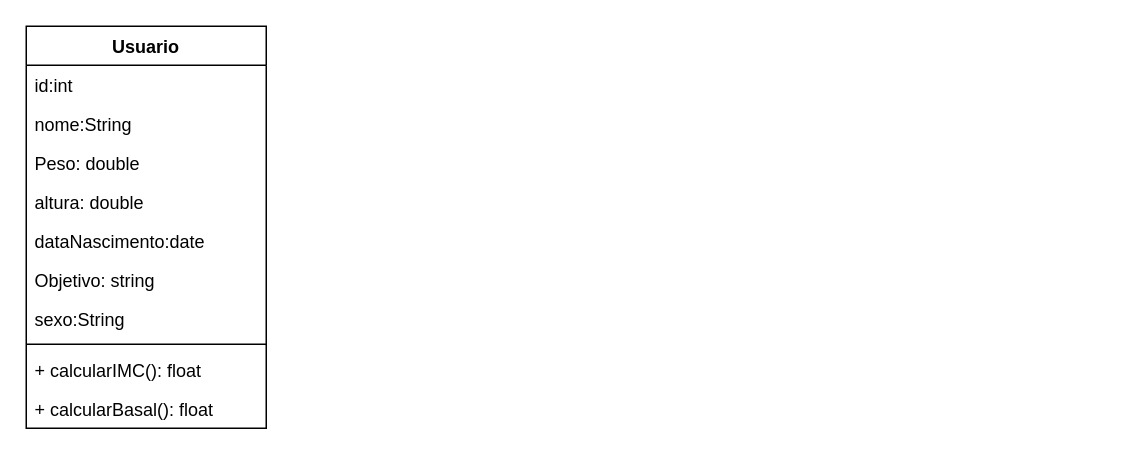
This is src/components/pages/Diagrama sem nome.drawio from joaopedro-wq/VitalityPLus, a draw.io file, before an edit. Source tidied: cells renumbered, new cells numbered last; positions are measured from the earlier drawing's top-left corner, leaving out a move shared by most shapes. Both pictures are drawn from the tidied source at 150%, with x=0, y=0 at pixel (26, 26).
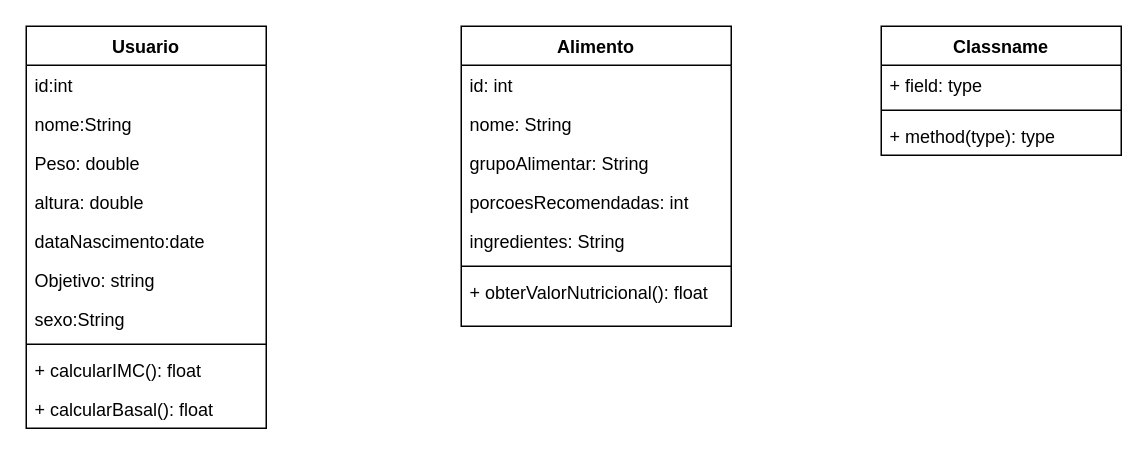
The same page after the edit.

The edit, as a diff of the source:
```diff
@@
+    <mxCell id="13" value="Alimento" style="swimlane;fontStyle=1;align=center;verticalAlign=top;horizontal=1;startSize=26;whiteSpace=wrap;html=1;" parent="1" vertex="1">
+      <mxGeometry x="290" width="180" height="200" as="geometry" />
+    </mxCell>
+    <mxCell id="14" value="id: int" style="text;strokeColor=none;fillColor=none;align=left;verticalAlign=top;spacingLeft=4;spacingRight=4;overflow=hidden;whiteSpace=wrap;html=1;" parent="13" vertex="1">
+      <mxGeometry y="26" width="180" height="26" as="geometry" />
+    </mxCell>
+    <mxCell id="15" value="nome: String" style="text;strokeColor=none;fillColor=none;align=left;verticalAlign=top;spacingLeft=4;spacingRight=4;overflow=hidden;whiteSpace=wrap;html=1;" parent="13" vertex="1">
+      <mxGeometry y="52" width="180" height="26" as="geometry" />
+    </mxCell>
+    <mxCell id="16" value="grupoAlimentar: String" style="text;strokeColor=none;fillColor=none;align=left;verticalAlign=top;spacingLeft=4;spacingRight=4;overflow=hidden;whiteSpace=wrap;html=1;" parent="13" vertex="1">
+      <mxGeometry y="78" width="180" height="26" as="geometry" />
+    </mxCell>
+    <mxCell id="17" value="porcoesRecomendadas: int" style="text;strokeColor=none;fillColor=none;align=left;verticalAlign=top;spacingLeft=4;spacingRight=4;overflow=hidden;whiteSpace=wrap;html=1;" parent="13" vertex="1">
+      <mxGeometry y="104" width="180" height="26" as="geometry" />
+    </mxCell>
+    <mxCell id="18" value="ingredientes: String" style="text;strokeColor=none;fillColor=none;align=left;verticalAlign=top;spacingLeft=4;spacingRight=4;overflow=hidden;whiteSpace=wrap;html=1;" parent="13" vertex="1">
+      <mxGeometry y="130" width="180" height="26" as="geometry" />
+    </mxCell>
+    <mxCell id="19" style="line;strokeWidth=1;fillColor=none;align=left;verticalAlign=middle;spacingTop=-1;spacingLeft=3;spacingRight=3;labelPosition=right;strokeColor=inherit;" parent="13" vertex="1">
+      <mxGeometry y="156" width="180" height="8" as="geometry" />
+    </mxCell>
+    <mxCell id="20" value="+ obterValorNutricional(): float" style="text;strokeColor=none;fillColor=none;align=left;verticalAlign=top;spacingLeft=4;spacingRight=4;overflow=hidden;whiteSpace=wrap;html=1;" parent="13" vertex="1">
+      <mxGeometry y="164" width="180" height="36" as="geometry" />
+    </mxCell>
+    <mxCell id="21" value="Classname" style="swimlane;fontStyle=1;align=center;verticalAlign=top;horizontal=1;startSize=26;whiteSpace=wrap;html=1;" parent="1" vertex="1">
+      <mxGeometry x="570" width="160" height="86" as="geometry" />
+    </mxCell>
+    <mxCell id="22" value="+ field: type" style="text;strokeColor=none;fillColor=none;align=left;verticalAlign=top;spacingLeft=4;spacingRight=4;overflow=hidden;whiteSpace=wrap;html=1;" parent="21" vertex="1">
+      <mxGeometry y="26" width="160" height="26" as="geometry" />
+    </mxCell>
+    <mxCell id="23" style="line;strokeWidth=1;fillColor=none;align=left;verticalAlign=middle;spacingTop=-1;spacingLeft=3;spacingRight=3;labelPosition=right;strokeColor=inherit;" parent="21" vertex="1">
+      <mxGeometry y="52" width="160" height="8" as="geometry" />
+    </mxCell>
+    <mxCell id="24" value="+ method(type): type" style="text;strokeColor=none;fillColor=none;align=left;verticalAlign=top;spacingLeft=4;spacingRight=4;overflow=hidden;whiteSpace=wrap;html=1;" parent="21" vertex="1">
+      <mxGeometry y="60" width="160" height="26" as="geometry" />
+    </mxCell>
```
